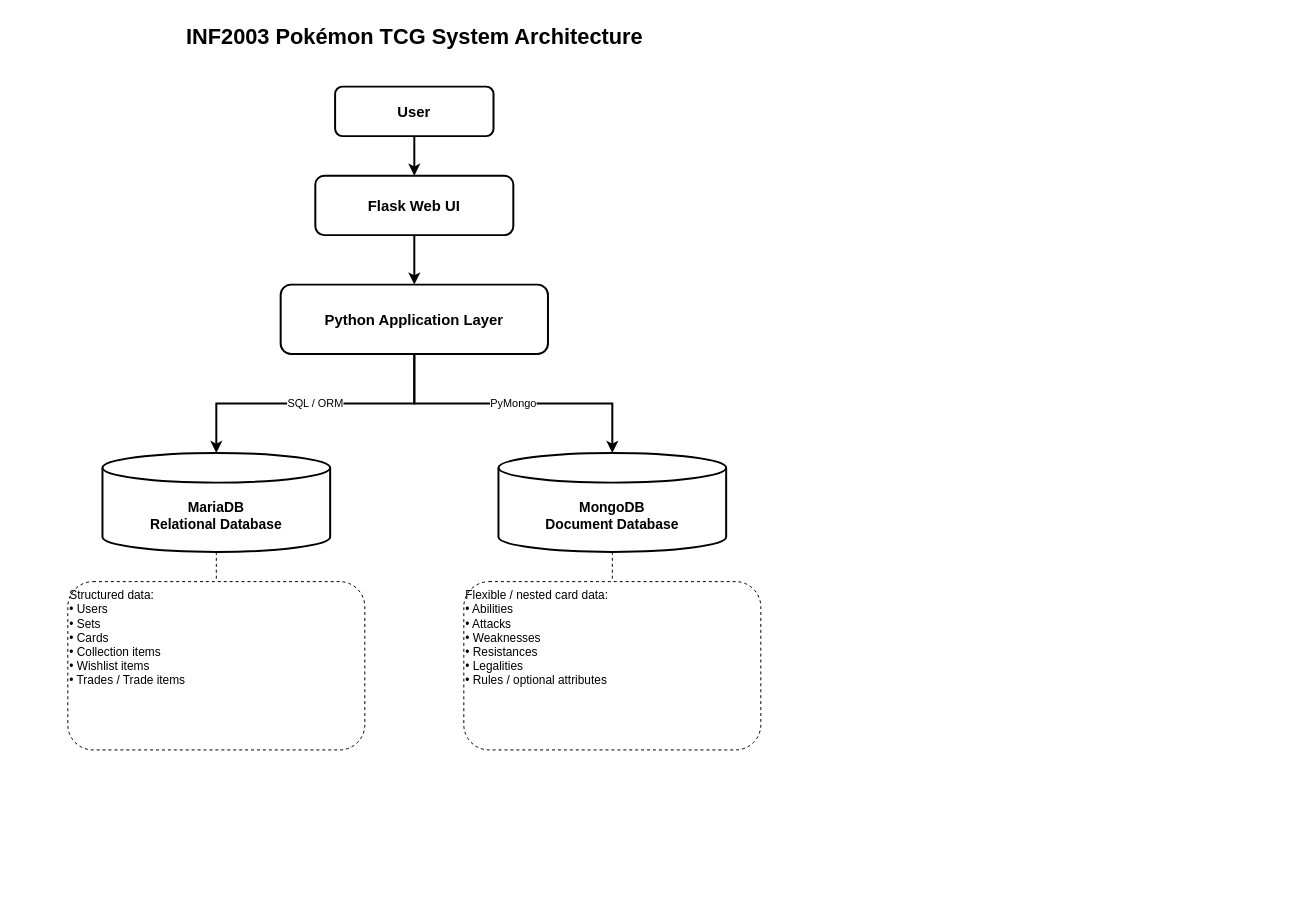
Above: docs/System_Architecture.drawio in NixonLeeDS/INF2003-Pokemon-TCG (draw.io), before the change. Source tidied: cells renumbered, new cells numbered last; positions are measured from the earlier drawing's top-left corner, leaving out a move shared by most shapes. Both pictures are drawn from the tidied source at 99%, with x=0, y=0 at pixel (67, 17).
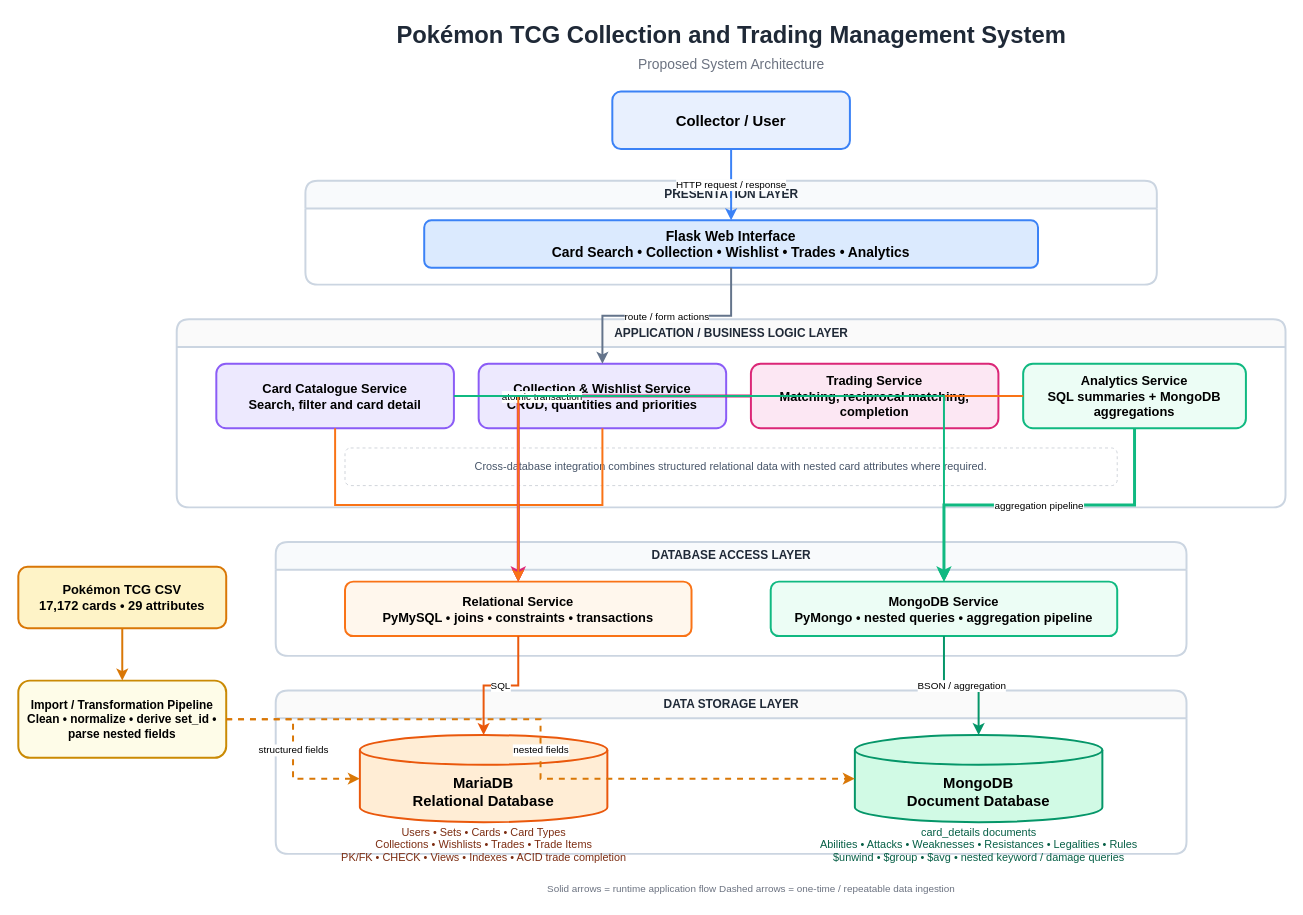
Above is the later version.

Commit message:
Refine system architecture diagram

What changed in the source:
```diff
@@
-    <mxCell id="2" value="INF2003 Pokémon TCG System Architecture" style="text;html=1;align=center;verticalAlign=middle;fontSize=22;fontStyle=1;" parent="1" vertex="1">
-      <mxGeometry x="90" width="520" height="40" as="geometry" />
-    </mxCell>
+    <mxCell id="16" value="Pokémon TCG Collection and Trading Management System" style="text;html=1;align=center;verticalAlign=middle;fontSize=24;fontStyle=1;fontColor=#1F2937;" parent="1" vertex="1">
+      <mxGeometry x="210" width="920" height="36" as="geometry" />
+    </mxCell>
+    <mxCell id="17" value="Proposed System Architecture" style="text;html=1;align=center;verticalAlign=middle;fontSize=14;fontColor=#6B7280;" parent="1" vertex="1">
+      <mxGeometry x="440" y="36" width="460" height="24" as="geometry" />
+    </mxCell>
-    <mxCell id="3" value="User" style="rounded=1;whiteSpace=wrap;html=1;align=center;verticalAlign=middle;fontSize=15;fontStyle=1;strokeWidth=2;" parent="1" vertex="1">
-      <mxGeometry x="270" y="70" width="160" height="50" as="geometry" />
+    <mxCell id="3" value="Collector / User" style="rounded=1;whiteSpace=wrap;html=1;align=center;verticalAlign=middle;fontSize=15;fontStyle=1;fillColor=#E8F0FE;strokeColor=#3B82F6;strokeWidth=2;" parent="1" vertex="1">
+      <mxGeometry x="550" y="75" width="240" height="58" as="geometry" />
     </mxCell>
+    <mxCell id="18" value="PRESENTATION LAYER" style="swimlane;horizontal=1;startSize=28;rounded=1;html=1;fontStyle=1;fontSize=12;fontColor=#1F2937;fillColor=#F8FAFC;strokeColor=#CBD5E1;strokeWidth=2;" parent="1" vertex="1">
+      <mxGeometry x="240" y="165" width="860" height="105" as="geometry" />
+    </mxCell>
-    <mxCell id="4" value="Flask Web UI" style="rounded=1;whiteSpace=wrap;html=1;align=center;verticalAlign=middle;fontSize=15;fontStyle=1;strokeWidth=2;" parent="1" vertex="1">
-      <mxGeometry x="250" y="160" width="200" height="60" as="geometry" />
+    <mxCell id="4" value="Flask Web Interface&#10;Card Search • Collection • Wishlist • Trades • Analytics" style="rounded=1;whiteSpace=wrap;html=1;align=center;verticalAlign=middle;fontSize=14;fontStyle=1;fillColor=#DBEAFE;strokeColor=#3B82F6;strokeWidth=2;" parent="1" vertex="1">
+      <mxGeometry x="360" y="205" width="620" height="48" as="geometry" />
     </mxCell>
-    <mxCell id="5" value="Python Application Layer" style="rounded=1;whiteSpace=wrap;html=1;align=center;verticalAlign=middle;fontSize=15;fontStyle=1;strokeWidth=2;" parent="1" vertex="1">
-      <mxGeometry x="215" y="270" width="270" height="70" as="geometry" />
-    </mxCell>
+    <mxCell id="19" value="APPLICATION / BUSINESS LOGIC LAYER" style="swimlane;horizontal=1;startSize=28;rounded=1;html=1;fontStyle=1;fontSize=12;fontColor=#1F2937;fillColor=#FAFAFA;strokeColor=#CBD5E1;strokeWidth=2;" parent="1" vertex="1">
+      <mxGeometry x="110" y="305" width="1120" height="190" as="geometry" />
+    </mxCell>
+    <mxCell id="20" value="Card Catalogue Service&#10;Search, filter and card detail" style="rounded=1;whiteSpace=wrap;html=1;align=center;verticalAlign=middle;fontSize=13;fontStyle=1;fillColor=#EDE9FE;strokeColor=#8B5CF6;strokeWidth=2;" parent="1" vertex="1">
+      <mxGeometry x="150" y="350" width="240" height="65" as="geometry" />
+    </mxCell>
+    <mxCell id="21" value="Collection &amp; Wishlist Service&#10;CRUD, quantities and priorities" style="rounded=1;whiteSpace=wrap;html=1;align=center;verticalAlign=middle;fontSize=13;fontStyle=1;fillColor=#EDE9FE;strokeColor=#8B5CF6;strokeWidth=2;" parent="1" vertex="1">
+      <mxGeometry x="415" y="350" width="250" height="65" as="geometry" />
+    </mxCell>
+    <mxCell id="22" value="Trading Service&#10;Matching, reciprocal matching, completion" style="rounded=1;whiteSpace=wrap;html=1;align=center;verticalAlign=middle;fontSize=13;fontStyle=1;fillColor=#FCE7F3;strokeColor=#DB2777;strokeWidth=2;" parent="1" vertex="1">
+      <mxGeometry x="690" y="350" width="250" height="65" as="geometry" />
+    </mxCell>
+    <mxCell id="23" value="Analytics Service&#10;SQL summaries + MongoDB aggregations" style="rounded=1;whiteSpace=wrap;html=1;align=center;verticalAlign=middle;fontSize=13;fontStyle=1;fillColor=#ECFDF5;strokeColor=#10B981;strokeWidth=2;" parent="1" vertex="1">
+      <mxGeometry x="965" y="350" width="225" height="65" as="geometry" />
+    </mxCell>
+    <mxCell id="24" value="Cross-database integration combines structured relational data with nested card attributes where required." style="rounded=1;whiteSpace=wrap;html=1;align=center;verticalAlign=middle;fontSize=11;fontColor=#475569;fillColor=#FFFFFF;strokeColor=#D1D5DB;dashed=1;" parent="1" vertex="1">
+      <mxGeometry x="280" y="435" width="780" height="38" as="geometry" />
+    </mxCell>
+    <mxCell id="25" value="DATABASE ACCESS LAYER" style="swimlane;horizontal=1;startSize=28;rounded=1;html=1;fontStyle=1;fontSize=12;fontColor=#1F2937;fillColor=#F8FAFC;strokeColor=#CBD5E1;strokeWidth=2;" parent="1" vertex="1">
+      <mxGeometry x="210" y="530" width="920" height="115" as="geometry" />
+    </mxCell>
+    <mxCell id="26" value="Relational Service&#10;PyMySQL • joins • constraints • transactions" style="rounded=1;whiteSpace=wrap;html=1;align=center;verticalAlign=middle;fontSize=13;fontStyle=1;fillColor=#FFF7ED;strokeColor=#F97316;strokeWidth=2;" parent="1" vertex="1">
+      <mxGeometry x="280" y="570" width="350" height="55" as="geometry" />
+    </mxCell>
+    <mxCell id="27" value="MongoDB Service&#10;PyMongo • nested queries • aggregation pipeline" style="rounded=1;whiteSpace=wrap;html=1;align=center;verticalAlign=middle;fontSize=13;fontStyle=1;fillColor=#ECFDF5;strokeColor=#10B981;strokeWidth=2;" parent="1" vertex="1">
+      <mxGeometry x="710" y="570" width="350" height="55" as="geometry" />
+    </mxCell>
+    <mxCell id="28" value="DATA STORAGE LAYER" style="swimlane;horizontal=1;startSize=28;rounded=1;html=1;fontStyle=1;fontSize=12;fontColor=#1F2937;fillColor=#FAFAFA;strokeColor=#CBD5E1;strokeWidth=2;" parent="1" vertex="1">
+      <mxGeometry x="210" y="680" width="920" height="165" as="geometry" />
+    </mxCell>
-    <mxCell id="6" value="MariaDB&#10;Relational Database" style="shape=cylinder3;whiteSpace=wrap;html=1;boundedLbl=1;backgroundOutline=1;size=15;fontSize=14;fontStyle=1;strokeWidth=2;" parent="1" vertex="1">
-      <mxGeometry x="35" y="440" width="230" height="100" as="geometry" />
+    <mxCell id="6" value="MariaDB&#10;Relational Database" style="shape=cylinder3;whiteSpace=wrap;html=1;boundedLbl=1;backgroundOutline=1;size=15;fontSize=15;fontStyle=1;fillColor=#FFEDD5;strokeColor=#EA580C;strokeWidth=2;" parent="1" vertex="1">
+      <mxGeometry x="295" y="725" width="250" height="88" as="geometry" />
     </mxCell>
-    <mxCell id="7" value="MongoDB&#10;Document Database" style="shape=cylinder3;whiteSpace=wrap;html=1;boundedLbl=1;backgroundOutline=1;size=15;fontSize=14;fontStyle=1;strokeWidth=2;" parent="1" vertex="1">
-      <mxGeometry x="435" y="440" width="230" height="100" as="geometry" />
+    <mxCell id="7" value="MongoDB&#10;Document Database" style="shape=cylinder3;whiteSpace=wrap;html=1;boundedLbl=1;backgroundOutline=1;size=15;fontSize=15;fontStyle=1;fillColor=#D1FAE5;strokeColor=#059669;strokeWidth=2;" parent="1" vertex="1">
+      <mxGeometry x="795" y="725" width="250" height="88" as="geometry" />
     </mxCell>
-    <mxCell id="8" value="Structured data:&#10;• Users&#10;• Sets&#10;• Cards&#10;• Collection items&#10;• Wishlist items&#10;• Trades / Trade items" style="rounded=1;whiteSpace=wrap;html=1;align=left;verticalAlign=top;fontSize=12;dashed=1;strokeWidth=1;" parent="1" vertex="1">
-      <mxGeometry y="570" width="300" height="170" as="geometry" />
+    <mxCell id="8" value="Users • Sets • Cards • Card Types&#10;Collections • Wishlists • Trades • Trade Items&#10;PK/FK • CHECK • Views • Indexes • ACID trade completion" style="text;html=1;align=center;verticalAlign=middle;fontSize=11;fontColor=#7C2D12;" parent="1" vertex="1">
+      <mxGeometry x="230" y="815" width="380" height="42" as="geometry" />
     </mxCell>
-    <mxCell id="9" value="Flexible / nested card data:&#10;• Abilities&#10;• Attacks&#10;• Weaknesses&#10;• Resistances&#10;• Legalities&#10;• Rules / optional attributes" style="rounded=1;whiteSpace=wrap;html=1;align=left;verticalAlign=top;fontSize=12;dashed=1;strokeWidth=1;" parent="1" vertex="1">
-      <mxGeometry x="400" y="570" width="300" height="170" as="geometry" />
+    <mxCell id="9" value="card_details documents&#10;Abilities • Attacks • Weaknesses • Resistances • Legalities • Rules&#10;$unwind • $group • $avg • nested keyword / damage queries" style="text;html=1;align=center;verticalAlign=middle;fontSize=11;fontColor=#065F46;" parent="1" vertex="1">
+      <mxGeometry x="730" y="815" width="380" height="42" as="geometry" />
     </mxCell>
+    <mxCell id="29" value="Pokémon TCG CSV&#10;17,172 cards • 29 attributes" style="rounded=1;whiteSpace=wrap;html=1;align=center;verticalAlign=middle;fontSize=13;fontStyle=1;fillColor=#FEF3C7;strokeColor=#D97706;strokeWidth=2;" parent="1" vertex="1">
+      <mxGeometry x="-50" y="555" width="210" height="62" as="geometry" />
+    </mxCell>
+    <mxCell id="30" value="Import / Transformation Pipeline&#10;Clean • normalize • derive set_id • parse nested fields" style="rounded=1;whiteSpace=wrap;html=1;align=center;verticalAlign=middle;fontSize=12;fontStyle=1;fillColor=#FEFCE8;strokeColor=#CA8A04;strokeWidth=2;" parent="1" vertex="1">
+      <mxGeometry x="-50" y="670" width="210" height="78" as="geometry" />
+    </mxCell>
-    <mxCell id="10" style="edgeStyle=orthogonalEdgeStyle;rounded=0;jettySize=auto;html=1;endArrow=classic;endFill=1;strokeWidth=2;" parent="1" edge="1" source="3" target="4">
+    <mxCell id="10" value="HTTP request / response" style="edgeStyle=orthogonalEdgeStyle;rounded=0;html=1;endArrow=classic;endFill=1;strokeColor=#3B82F6;strokeWidth=2;fontSize=10;labelBackgroundColor=#FFFFFF;" parent="1" edge="1" source="3" target="4">
       <mxGeometry relative="1" as="geometry" />
     </mxCell>
-    <mxCell id="11" style="edgeStyle=orthogonalEdgeStyle;rounded=0;jettySize=auto;html=1;endArrow=classic;endFill=1;strokeWidth=2;" parent="1" edge="1" source="4" target="5">
-      <mxGeometry relative="1" as="geometry" />
-    </mxCell>
-    <mxCell id="12" value="SQL / ORM" style="edgeStyle=orthogonalEdgeStyle;rounded=0;jettySize=auto;html=1;endArrow=classic;endFill=1;strokeWidth=2;" parent="1" edge="1" source="5" target="6">
-      <mxGeometry relative="1" as="geometry" />
-    </mxCell>
-    <mxCell id="13" value="PyMongo" style="edgeStyle=orthogonalEdgeStyle;rounded=0;jettySize=auto;html=1;endArrow=classic;endFill=1;strokeWidth=2;" parent="1" edge="1" source="5" target="7">
-      <mxGeometry relative="1" as="geometry" />
-    </mxCell>
-    <mxCell id="14" style="edgeStyle=orthogonalEdgeStyle;rounded=0;html=1;endArrow=none;dashed=1;" parent="1" edge="1" source="6" target="8">
-      <mxGeometry relative="1" as="geometry" />
-    </mxCell>
-    <mxCell id="15" style="edgeStyle=orthogonalEdgeStyle;rounded=0;html=1;endArrow=none;dashed=1;" parent="1" edge="1" source="7" target="9">
-      <mxGeometry relative="1" as="geometry" />
-    </mxCell>
+    <mxCell id="31" value="route / form actions" style="edgeStyle=orthogonalEdgeStyle;rounded=0;html=1;endArrow=classic;endFill=1;strokeColor=#64748B;strokeWidth=2;fontSize=10;labelBackgroundColor=#FFFFFF;" parent="1" edge="1" source="4" target="21">
+      <mxGeometry relative="1" as="geometry" />
+    </mxCell>
+    <mxCell id="32" style="edgeStyle=orthogonalEdgeStyle;rounded=0;html=1;endArrow=classic;endFill=1;strokeColor=#F97316;strokeWidth=2;" parent="1" edge="1" source="20" target="26">
+      <mxGeometry relative="1" as="geometry" />
+    </mxCell>
+    <mxCell id="33" style="edgeStyle=orthogonalEdgeStyle;rounded=0;html=1;endArrow=classic;endFill=1;strokeColor=#F97316;strokeWidth=2;" parent="1" edge="1" source="21" target="26">
+      <mxGeometry relative="1" as="geometry" />
+    </mxCell>
+    <mxCell id="34" value="atomic transaction" style="edgeStyle=orthogonalEdgeStyle;rounded=0;html=1;endArrow=classic;endFill=1;strokeColor=#DB2777;strokeWidth=3;fontSize=10;labelBackgroundColor=#FFFFFF;" parent="1" edge="1" source="22" target="26">
+      <mxGeometry relative="1" as="geometry" />
+    </mxCell>
+    <mxCell id="35" style="edgeStyle=orthogonalEdgeStyle;rounded=0;html=1;endArrow=classic;endFill=1;strokeColor=#F97316;strokeWidth=2;" parent="1" edge="1" source="23" target="26">
+      <mxGeometry relative="1" as="geometry" />
+    </mxCell>
+    <mxCell id="36" style="edgeStyle=orthogonalEdgeStyle;rounded=0;html=1;endArrow=classic;endFill=1;strokeColor=#10B981;strokeWidth=2;" parent="1" edge="1" source="20" target="27">
+      <mxGeometry relative="1" as="geometry" />
+    </mxCell>
+    <mxCell id="37" value="aggregation pipeline" style="edgeStyle=orthogonalEdgeStyle;rounded=0;html=1;endArrow=classic;endFill=1;strokeColor=#10B981;strokeWidth=3;fontSize=10;labelBackgroundColor=#FFFFFF;" parent="1" edge="1" source="23" target="27">
+      <mxGeometry relative="1" as="geometry" />
+    </mxCell>
+    <mxCell id="38" value="SQL" style="edgeStyle=orthogonalEdgeStyle;rounded=0;html=1;endArrow=classic;endFill=1;strokeColor=#EA580C;strokeWidth=2;fontSize=10;labelBackgroundColor=#FFFFFF;" parent="1" edge="1" source="26" target="6">
+      <mxGeometry relative="1" as="geometry" />
+    </mxCell>
+    <mxCell id="39" value="BSON / aggregation" style="edgeStyle=orthogonalEdgeStyle;rounded=0;html=1;endArrow=classic;endFill=1;strokeColor=#059669;strokeWidth=2;fontSize=10;labelBackgroundColor=#FFFFFF;" parent="1" edge="1" source="27" target="7">
+      <mxGeometry relative="1" as="geometry" />
+    </mxCell>
+    <mxCell id="40" style="edgeStyle=orthogonalEdgeStyle;rounded=0;html=1;endArrow=classic;endFill=1;strokeColor=#D97706;strokeWidth=2;" parent="1" edge="1" source="29" target="30">
+      <mxGeometry relative="1" as="geometry" />
+    </mxCell>
+    <mxCell id="41" value="structured fields" style="edgeStyle=orthogonalEdgeStyle;rounded=0;html=1;endArrow=classic;endFill=1;strokeColor=#D97706;strokeWidth=2;dashed=1;fontSize=10;labelBackgroundColor=#FFFFFF;" parent="1" edge="1" source="30" target="6">
+      <mxGeometry relative="1" as="geometry" />
+    </mxCell>
+    <mxCell id="42" value="nested fields" style="edgeStyle=orthogonalEdgeStyle;rounded=0;html=1;endArrow=classic;endFill=1;strokeColor=#D97706;strokeWidth=2;dashed=1;fontSize=10;labelBackgroundColor=#FFFFFF;" parent="1" edge="1" source="30" target="7">
+      <mxGeometry relative="1" as="geometry" />
+    </mxCell>
+    <mxCell id="43" value="Solid arrows = runtime application flow     Dashed arrows = one-time / repeatable data ingestion" style="text;html=1;align=center;verticalAlign=middle;fontSize=10;fontColor=#6B7280;" parent="1" vertex="1">
+      <mxGeometry x="390" y="870" width="600" height="20" as="geometry" />
+    </mxCell>
```
